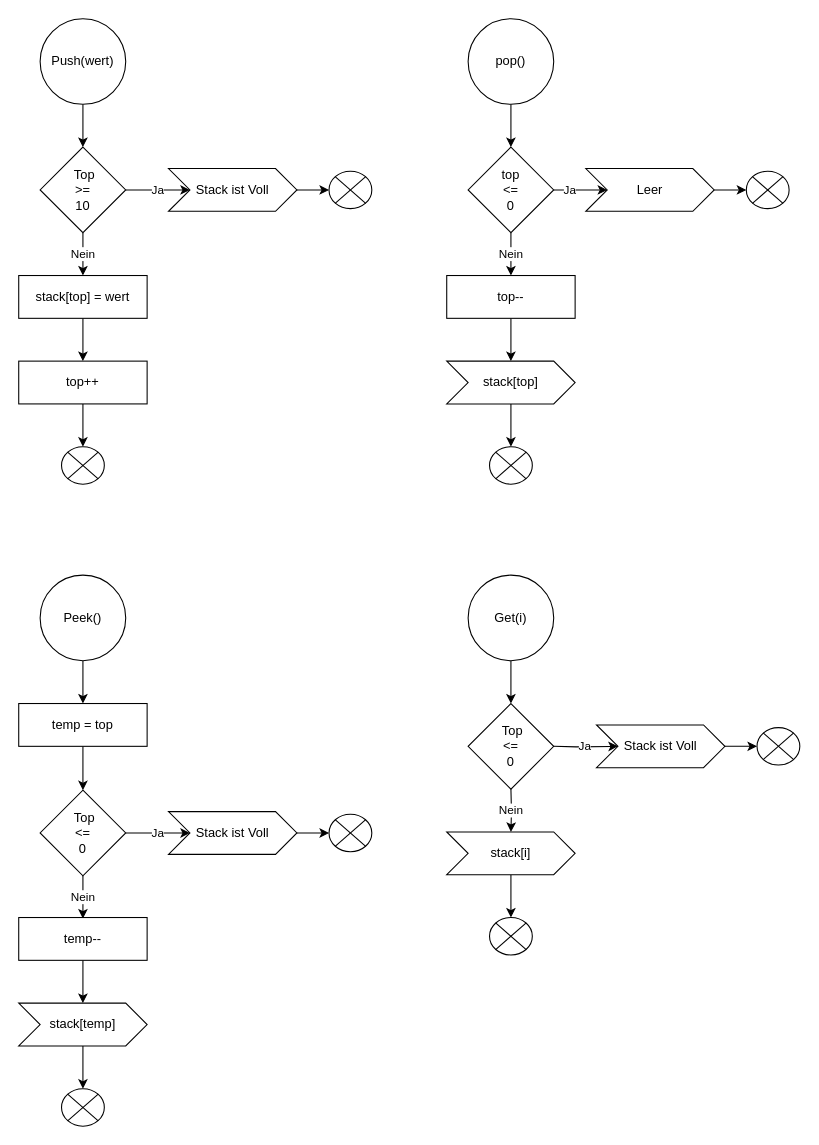
Before: Stack_Diagram.drawio.xml in amariwan/Stack-Queue-LinkedList, a draw.io diagram. Source tidied: cells renumbered, new cells numbered last; positions are measured from the earlier drawing's top-left corner, leaving out a move shared by most shapes. Both pictures are drawn from the tidied source at 107%, with x=0, y=0 at pixel (18, 18).
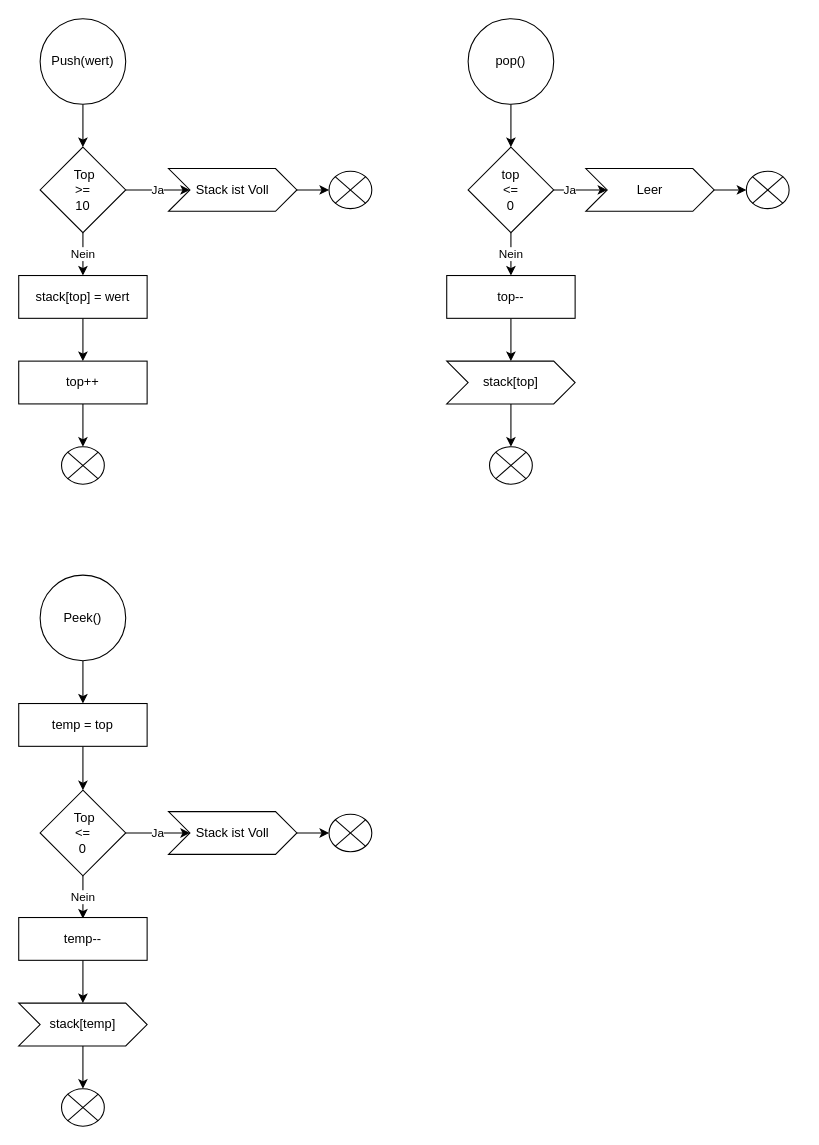
The same diagram, later.

Diff of the diagram source:
```diff
@@
-    <mxCell id="43" style="edgeStyle=orthogonalEdgeStyle;rounded=0;jettySize=auto;html=1;fontSize=12;" parent="1" edge="1" source="44" target="45">
-      <mxGeometry relative="1" as="geometry" />
-    </mxCell>
-    <mxCell id="44" value="Get(i)" style="ellipse;whiteSpace=wrap;html=1;" parent="1" vertex="1">
-      <mxGeometry x="420" y="520" width="80" height="80" as="geometry" />
-    </mxCell>
-    <mxCell id="45" value="&amp;nbsp;Top &lt;br&gt;&amp;lt;= &lt;br&gt;0" style="rhombus;whiteSpace=wrap;html=1;" parent="1" vertex="1">
-      <mxGeometry x="420" y="640" width="80" height="80" as="geometry" />
-    </mxCell>
-    <mxCell id="46" value="Ja" style="edgeStyle=orthogonalEdgeStyle;rounded=0;jettySize=auto;html=1;" parent="1" edge="1" target="48">
-      <mxGeometry relative="1" as="geometry">
-        <mxPoint x="500" y="680" as="sourcePoint" />
-      </mxGeometry>
-    </mxCell>
-    <mxCell id="47" style="edgeStyle=orthogonalEdgeStyle;rounded=0;jettySize=auto;html=1;" parent="1" edge="1" source="48" target="49">
-      <mxGeometry relative="1" as="geometry" />
-    </mxCell>
-    <mxCell id="48" value="Stack ist Voll" style="shape=step;perimeter=stepPerimeter;whiteSpace=wrap;html=1;fixedSize=1;" parent="1" vertex="1">
-      <mxGeometry x="540" y="660" width="120" height="40" as="geometry" />
-    </mxCell>
-    <mxCell id="49" style="verticalLabelPosition=bottom;verticalAlign=top;html=1;shape=mxgraph.flowchart.or;" parent="1" vertex="1">
-      <mxGeometry x="690" y="662.5" width="40" height="35" as="geometry" />
-    </mxCell>
-    <mxCell id="50" value="Nein" style="edgeStyle=orthogonalEdgeStyle;rounded=0;jettySize=auto;html=1;entryX=0.5;entryY=0;entryDx=0;entryDy=0;" parent="1" edge="1" target="52">
-      <mxGeometry relative="1" as="geometry">
-        <mxPoint x="460" y="720" as="sourcePoint" />
-      </mxGeometry>
-    </mxCell>
-    <mxCell id="51" style="edgeStyle=orthogonalEdgeStyle;rounded=0;jettySize=auto;html=1;" parent="1" edge="1" source="52" target="53">
-      <mxGeometry relative="1" as="geometry" />
-    </mxCell>
-    <mxCell id="52" value="stack[i]" style="shape=step;perimeter=stepPerimeter;whiteSpace=wrap;html=1;fixedSize=1;" parent="1" vertex="1">
-      <mxGeometry x="400" y="760" width="120" height="40" as="geometry" />
-    </mxCell>
-    <mxCell id="53" style="verticalLabelPosition=bottom;verticalAlign=top;html=1;shape=mxgraph.flowchart.or;" parent="1" vertex="1">
-      <mxGeometry x="440" y="840" width="40" height="35" as="geometry" />
-    </mxCell>
```
